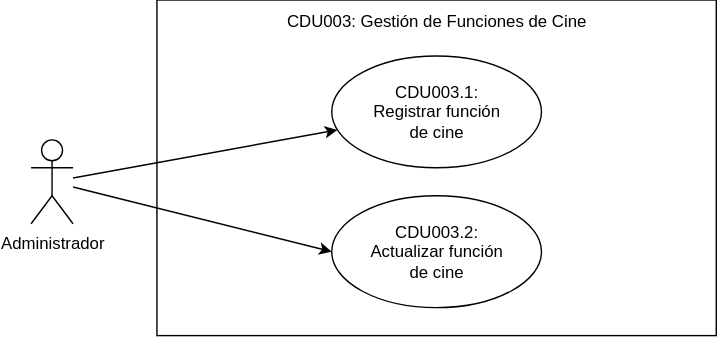
This is Doc/CasosDeUso/img/Practica-CDU003.drawio.svg from matiuuh/SA_PRACTICA_G10, a draw.io export, as it was before one commit. Source tidied: cells renumbered, new cells last; positions are measured from the earlier drawing's top-left corner, leaving out a move shared by most shapes. The source it was exported from:
```xml
<mxGraphModel>
  <root>
    <mxCell id="0" />
    <mxCell id="1" parent="0" />
    <mxCell id="2" style="rounded=0;whiteSpace=wrap;html=1;" parent="1" vertex="1">
      <mxGeometry x="90" width="400" height="240" as="geometry" />
    </mxCell>
    <mxCell id="3" style="rounded=0;jettySize=auto;html=1;" parent="1" edge="1" source="4" target="5">
      <mxGeometry relative="1" as="geometry" />
    </mxCell>
    <mxCell id="4" value="Administrador" style="shape=umlActor;verticalLabelPosition=bottom;verticalAlign=top;html=1;outlineConnect=0;" parent="1" vertex="1">
      <mxGeometry y="100" width="30" height="60" as="geometry" />
    </mxCell>
    <mxCell id="5" style="ellipse;whiteSpace=wrap;html=1;" parent="1" vertex="1">
      <mxGeometry x="215" y="40" width="150" height="80" as="geometry" />
    </mxCell>
    <mxCell id="6" value="CDU003: Gestión de Funciones de Cine" style="text;html=1;whiteSpace=wrap;strokeColor=none;fillColor=none;align=center;verticalAlign=middle;rounded=0;" parent="1" vertex="1">
      <mxGeometry x="90" width="400" height="30" as="geometry" />
    </mxCell>
    <mxCell id="7" style="ellipse;whiteSpace=wrap;html=1;" parent="1" vertex="1">
      <mxGeometry x="215" y="140" width="150" height="80" as="geometry" />
    </mxCell>
    <mxCell id="8" style="rounded=0;jettySize=auto;html=1;entryX=0;entryY=0.5;entryDx=0;entryDy=0;" parent="1" edge="1" source="4" target="7">
      <mxGeometry relative="1" as="geometry" />
    </mxCell>
    <mxCell id="9" value="CDU003.1: Registrar función de cine" style="text;html=1;whiteSpace=wrap;strokeColor=none;fillColor=none;align=center;verticalAlign=middle;rounded=0;" parent="1" vertex="1">
      <mxGeometry x="240" y="65" width="100" height="30" as="geometry" />
    </mxCell>
    <mxCell id="10" value="CDU003.2: Actualizar función de cine" style="text;html=1;whiteSpace=wrap;strokeColor=none;fillColor=none;align=center;verticalAlign=middle;rounded=0;" parent="1" vertex="1">
      <mxGeometry x="240" y="165" width="100" height="30" as="geometry" />
    </mxCell>
  </root>
</mxGraphModel>
```
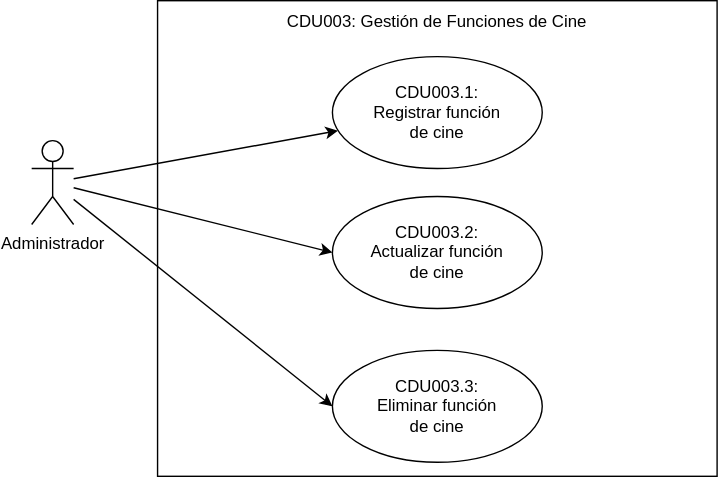
After the change.

Commit message:
fix: 202300512 : CDU flow done

What changed in the source:
```diff
@@ -3,11 +3,14 @@
     <mxCell id="0" />
     <mxCell id="1" parent="0" />
     <mxCell id="2" style="rounded=0;whiteSpace=wrap;html=1;" parent="1" vertex="1">
-      <mxGeometry x="90" width="400" height="240" as="geometry" />
+      <mxGeometry x="90" width="400" height="340" as="geometry" />
     </mxCell>
     <mxCell id="3" style="rounded=0;jettySize=auto;html=1;" parent="1" edge="1" source="4" target="5">
       <mxGeometry relative="1" as="geometry" />
     </mxCell>
+    <mxCell id="11" style="rounded=0;jettySize=auto;html=1;entryX=0;entryY=0.5;entryDx=0;entryDy=0;" parent="1" edge="1" source="4" target="12">
+      <mxGeometry relative="1" as="geometry" />
+    </mxCell>
     <mxCell id="4" value="Administrador" style="shape=umlActor;verticalLabelPosition=bottom;verticalAlign=top;html=1;outlineConnect=0;" parent="1" vertex="1">
       <mxGeometry y="100" width="30" height="60" as="geometry" />
     </mxCell>
@@ -29,5 +32,11 @@
     <mxCell id="10" value="CDU003.2: Actualizar función de cine" style="text;html=1;whiteSpace=wrap;strokeColor=none;fillColor=none;align=center;verticalAlign=middle;rounded=0;" parent="1" vertex="1">
       <mxGeometry x="240" y="165" width="100" height="30" as="geometry" />
     </mxCell>
+    <mxCell id="12" style="ellipse;whiteSpace=wrap;html=1;" parent="1" vertex="1">
+      <mxGeometry x="215" y="250" width="150" height="80" as="geometry" />
+    </mxCell>
+    <mxCell id="13" value="CDU003.3: Eliminar función de cine" style="text;html=1;whiteSpace=wrap;strokeColor=none;fillColor=none;align=center;verticalAlign=middle;rounded=0;" parent="1" vertex="1">
+      <mxGeometry x="240" y="275" width="100" height="30" as="geometry" />
+    </mxCell>
   </root>
 </mxGraphModel>
```
